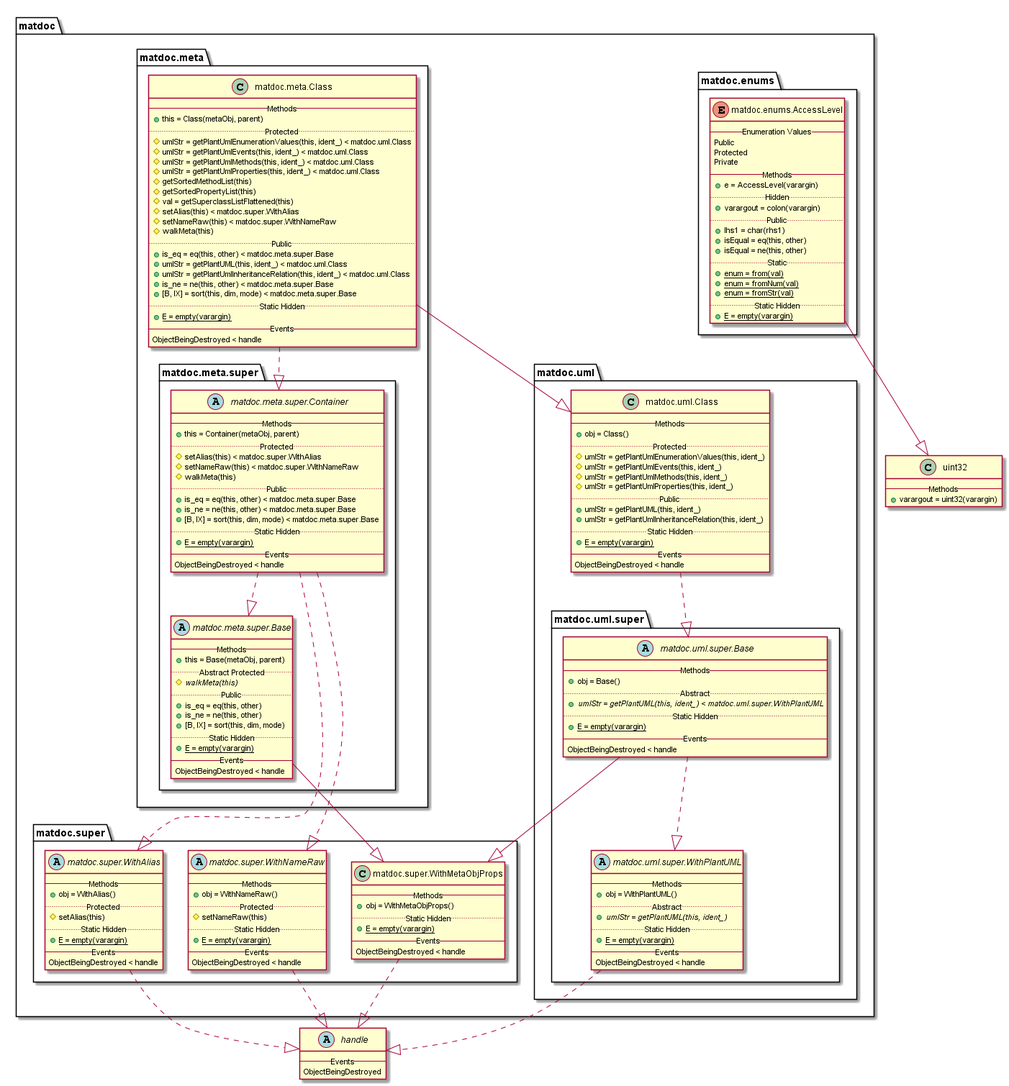
Earlier version of the PlantUML export doc/uml-examples/export-class-HideProperties-true.png (flxdot/matdoc).
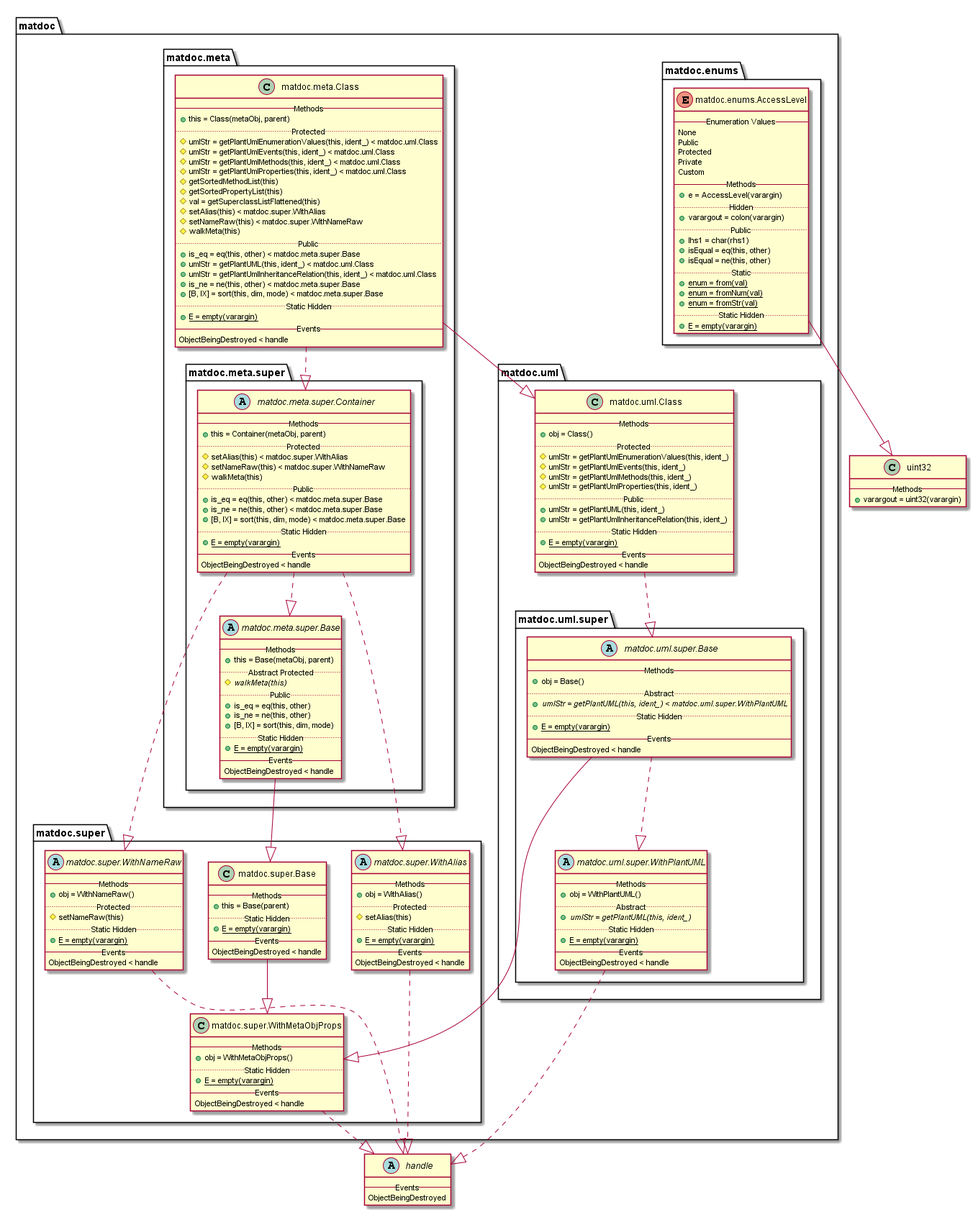
Above is the later version.

Change to the diagram source:
```diff
@@ -18,9 +18,11 @@
 
       enum matdoc.enums.AccessLevel {
          -- Enumeration Values --
+         None
          Public
          Protected
          Private
+         Custom
          -- Methods --
          {method} + e = AccessLevel(varargin)
          .. Hidden ..
@@ -106,6 +108,15 @@
    }
 
    package matdoc.super {
+
+      class matdoc.super.Base {
+         -- Methods --
+         {method} + this = Base(parent)
+         .. Static Hidden ..
+         {method} {static} + E = empty(varargin)
+         -- Events --
+         ObjectBeingDestroyed < handle
+      }
 
       abstract class matdoc.super.WithAlias {
          -- Methods --
@@ -193,10 +204,11 @@
 matdoc.enums.AccessLevel --|> uint32
 matdoc.meta.Class ..|> matdoc.meta.super.Container
 matdoc.meta.Class --|> matdoc.uml.Class
-matdoc.meta.super.Base --|> matdoc.super.WithMetaObjProps
+matdoc.meta.super.Base --|> matdoc.super.Base
 matdoc.meta.super.Container ..|> matdoc.meta.super.Base
 matdoc.meta.super.Container ..|> matdoc.super.WithNameRaw
 matdoc.meta.super.Container ..|> matdoc.super.WithAlias
+matdoc.super.Base --|> matdoc.super.WithMetaObjProps
 matdoc.super.WithAlias ..|> handle
 matdoc.super.WithMetaObjProps ..|> handle
 matdoc.super.WithNameRaw ..|> handle
```
